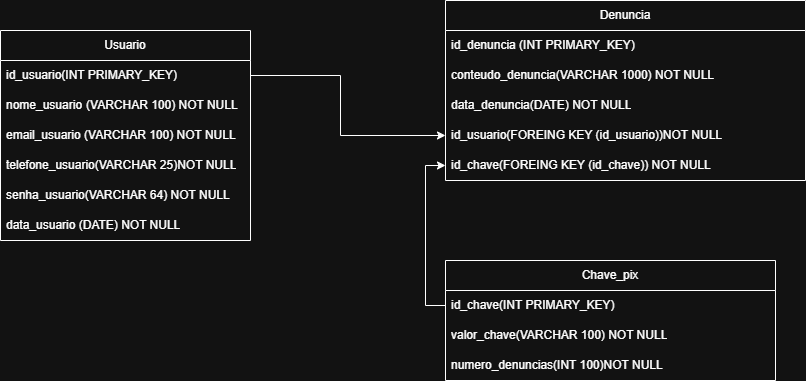
Above: Docs/Diagramas/DiagramaDataBase.png in leonarddoamaral/PixShield_Docs_Central (draw.io), before the change. Source tidied: cells renumbered, new cells last; positions are measured from the earlier drawing's top-left corner, leaving out a move shared by most shapes. The source it was exported from:
```xml
<mxGraphModel>
  <root>
    <mxCell id="0" />
    <mxCell id="1" parent="0" />
    <mxCell id="2" value="Usuario" style="swimlane;fontStyle=0;horizontal=1;startSize=30;whiteSpace=wrap;html=1;" parent="1" vertex="1">
      <mxGeometry y="30" width="250" height="210" as="geometry" />
    </mxCell>
    <mxCell id="3" value="id_usuario(INT PRIMARY_KEY)" style="text;strokeColor=none;fillColor=none;align=left;verticalAlign=middle;spacingLeft=4;spacingRight=4;overflow=hidden;points=[[0,0.5],[1,0.5]];portConstraint=eastwest;whiteSpace=wrap;html=1;" parent="2" vertex="1">
      <mxGeometry y="30" width="250" height="30" as="geometry" />
    </mxCell>
    <mxCell id="4" value="nome_usuario&lt;span style=&quot;white-space: pre;&quot;&gt;&#9;&lt;/span&gt;(VARCHAR 100) NOT NULL" style="text;strokeColor=none;fillColor=none;align=left;verticalAlign=middle;spacingLeft=4;spacingRight=4;overflow=hidden;whiteSpace=wrap;html=1;" parent="2" vertex="1">
      <mxGeometry y="60" width="250" height="30" as="geometry" />
    </mxCell>
    <mxCell id="5" value="email_usuario (VARCHAR 100) NOT NULL" style="text;strokeColor=none;fillColor=none;align=left;verticalAlign=middle;spacingLeft=4;spacingRight=4;overflow=hidden;whiteSpace=wrap;html=1;" parent="2" vertex="1">
      <mxGeometry y="90" width="250" height="30" as="geometry" />
    </mxCell>
    <mxCell id="6" value="telefone_usuario(VARCHAR 25)NOT NULL" style="text;strokeColor=none;fillColor=none;align=left;verticalAlign=middle;spacingLeft=4;spacingRight=4;overflow=hidden;whiteSpace=wrap;html=1;" parent="2" vertex="1">
      <mxGeometry y="120" width="250" height="30" as="geometry" />
    </mxCell>
    <mxCell id="7" value="senha_usuario(VARCHAR 64) NOT NULL" style="text;strokeColor=none;fillColor=none;align=left;verticalAlign=middle;spacingLeft=4;spacingRight=4;overflow=hidden;whiteSpace=wrap;html=1;" parent="2" vertex="1">
      <mxGeometry y="150" width="250" height="30" as="geometry" />
    </mxCell>
    <mxCell id="8" value="data_usuario (DATE) NOT NULL" style="text;strokeColor=none;fillColor=none;align=left;verticalAlign=middle;spacingLeft=4;spacingRight=4;overflow=hidden;whiteSpace=wrap;html=1;" parent="2" vertex="1">
      <mxGeometry y="180" width="250" height="30" as="geometry" />
    </mxCell>
    <mxCell id="9" value="Denuncia" style="swimlane;fontStyle=0;horizontal=1;startSize=30;whiteSpace=wrap;html=1;" parent="1" vertex="1">
      <mxGeometry x="445" width="360" height="180" as="geometry" />
    </mxCell>
    <mxCell id="10" value="id_denuncia (INT PRIMARY_KEY)" style="text;strokeColor=none;fillColor=none;align=left;verticalAlign=middle;spacingLeft=4;spacingRight=4;overflow=hidden;whiteSpace=wrap;html=1;" parent="9" vertex="1">
      <mxGeometry y="30" width="360" height="30" as="geometry" />
    </mxCell>
    <mxCell id="11" value="conteudo_denuncia(VARCHAR 1000) NOT NULL" style="text;strokeColor=none;fillColor=none;align=left;verticalAlign=middle;spacingLeft=4;spacingRight=4;overflow=hidden;whiteSpace=wrap;html=1;" parent="9" vertex="1">
      <mxGeometry y="60" width="360" height="30" as="geometry" />
    </mxCell>
    <mxCell id="12" value="data_denuncia(DATE) NOT NULL" style="text;strokeColor=none;fillColor=none;align=left;verticalAlign=middle;spacingLeft=4;spacingRight=4;overflow=hidden;whiteSpace=wrap;html=1;" parent="9" vertex="1">
      <mxGeometry y="90" width="360" height="30" as="geometry" />
    </mxCell>
    <mxCell id="13" value="id_usuario(FOREING KEY (id_usuario))NOT NULL&lt;span style=&quot;white-space: pre;&quot;&gt;&#9;&lt;/span&gt;" style="text;strokeColor=none;fillColor=none;align=left;verticalAlign=middle;spacingLeft=4;spacingRight=4;overflow=hidden;points=[[0,0.5],[1,0.5]];portConstraint=eastwest;whiteSpace=wrap;html=1;" parent="9" vertex="1">
      <mxGeometry y="120" width="360" height="30" as="geometry" />
    </mxCell>
    <mxCell id="14" value="id_chave(FOREING KEY (id_chave)) NOT NULL" style="text;strokeColor=none;fillColor=none;align=left;verticalAlign=middle;spacingLeft=4;spacingRight=4;overflow=hidden;points=[[0,0.5],[1,0.5]];portConstraint=eastwest;whiteSpace=wrap;html=1;" parent="9" vertex="1">
      <mxGeometry y="150" width="360" height="30" as="geometry" />
    </mxCell>
    <mxCell id="15" style="edgeStyle=orthogonalEdgeStyle;rounded=0;jettySize=auto;html=1;exitX=1;exitY=0.5;exitDx=0;exitDy=0;entryX=0;entryY=0.5;entryDx=0;entryDy=0;" parent="1" edge="1" source="3" target="13">
      <mxGeometry relative="1" as="geometry">
        <Array as="points">
          <mxPoint x="340" y="75" />
          <mxPoint x="340" y="135" />
        </Array>
      </mxGeometry>
    </mxCell>
    <mxCell id="16" value="Chave_pix" style="swimlane;fontStyle=0;horizontal=1;startSize=30;whiteSpace=wrap;html=1;" parent="1" vertex="1">
      <mxGeometry x="445" y="260" width="330" height="120" as="geometry" />
    </mxCell>
    <mxCell id="17" value="id_chave(INT PRIMARY_KEY)" style="text;strokeColor=none;fillColor=none;align=left;verticalAlign=middle;spacingLeft=4;spacingRight=4;overflow=hidden;points=[[0,0.5],[1,0.5]];portConstraint=eastwest;whiteSpace=wrap;html=1;" parent="16" vertex="1">
      <mxGeometry y="30" width="330" height="30" as="geometry" />
    </mxCell>
    <mxCell id="18" value="valor_chave(VARCHAR 100) NOT NULL" style="text;strokeColor=none;fillColor=none;align=left;verticalAlign=middle;spacingLeft=4;spacingRight=4;overflow=hidden;whiteSpace=wrap;html=1;" parent="16" vertex="1">
      <mxGeometry y="60" width="330" height="30" as="geometry" />
    </mxCell>
    <mxCell id="19" value="numero_denuncias(INT 100)NOT NULL" style="text;strokeColor=none;fillColor=none;align=left;verticalAlign=middle;spacingLeft=4;spacingRight=4;overflow=hidden;whiteSpace=wrap;html=1;" parent="16" vertex="1">
      <mxGeometry y="90" width="330" height="30" as="geometry" />
    </mxCell>
    <mxCell id="20" style="edgeStyle=orthogonalEdgeStyle;rounded=0;jettySize=auto;html=1;exitX=0;exitY=0.5;exitDx=0;exitDy=0;" parent="1" edge="1" source="17" target="14">
      <mxGeometry relative="1" as="geometry" />
    </mxCell>
  </root>
</mxGraphModel>
```
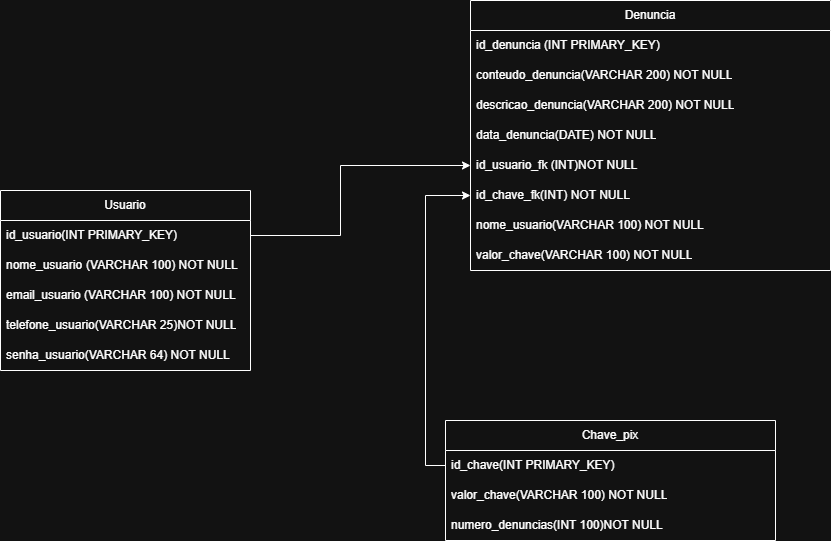
After the commit.

Commit message:
Alteração diagrama e pré-estrutura do readme completo

What changed in the source:
```diff
@@ -3,7 +3,7 @@
     <mxCell id="0" />
     <mxCell id="1" parent="0" />
     <mxCell id="2" value="Usuario" style="swimlane;fontStyle=0;horizontal=1;startSize=30;whiteSpace=wrap;html=1;" parent="1" vertex="1">
-      <mxGeometry y="30" width="250" height="210" as="geometry" />
+      <mxGeometry y="30" width="250" height="180" as="geometry" />
     </mxCell>
     <mxCell id="3" value="id_usuario(INT PRIMARY_KEY)" style="text;strokeColor=none;fillColor=none;align=left;verticalAlign=middle;spacingLeft=4;spacingRight=4;overflow=hidden;points=[[0,0.5],[1,0.5]];portConstraint=eastwest;whiteSpace=wrap;html=1;" parent="2" vertex="1">
       <mxGeometry y="30" width="250" height="30" as="geometry" />
@@ -20,32 +20,38 @@
     <mxCell id="7" value="senha_usuario(VARCHAR 64) NOT NULL" style="text;strokeColor=none;fillColor=none;align=left;verticalAlign=middle;spacingLeft=4;spacingRight=4;overflow=hidden;whiteSpace=wrap;html=1;" parent="2" vertex="1">
       <mxGeometry y="150" width="250" height="30" as="geometry" />
     </mxCell>
-    <mxCell id="8" value="data_usuario (DATE) NOT NULL" style="text;strokeColor=none;fillColor=none;align=left;verticalAlign=middle;spacingLeft=4;spacingRight=4;overflow=hidden;whiteSpace=wrap;html=1;" parent="2" vertex="1">
-      <mxGeometry y="180" width="250" height="30" as="geometry" />
-    </mxCell>
     <mxCell id="9" value="Denuncia" style="swimlane;fontStyle=0;horizontal=1;startSize=30;whiteSpace=wrap;html=1;" parent="1" vertex="1">
-      <mxGeometry x="445" width="360" height="180" as="geometry" />
+      <mxGeometry x="470" y="-160" width="360" height="270" as="geometry" />
     </mxCell>
     <mxCell id="10" value="id_denuncia (INT PRIMARY_KEY)" style="text;strokeColor=none;fillColor=none;align=left;verticalAlign=middle;spacingLeft=4;spacingRight=4;overflow=hidden;whiteSpace=wrap;html=1;" parent="9" vertex="1">
       <mxGeometry y="30" width="360" height="30" as="geometry" />
     </mxCell>
-    <mxCell id="11" value="conteudo_denuncia(VARCHAR 1000) NOT NULL" style="text;strokeColor=none;fillColor=none;align=left;verticalAlign=middle;spacingLeft=4;spacingRight=4;overflow=hidden;whiteSpace=wrap;html=1;" parent="9" vertex="1">
+    <mxCell id="11" value="conteudo_denuncia(VARCHAR 200) NOT NULL" style="text;strokeColor=none;fillColor=none;align=left;verticalAlign=middle;spacingLeft=4;spacingRight=4;overflow=hidden;whiteSpace=wrap;html=1;" parent="9" vertex="1">
       <mxGeometry y="60" width="360" height="30" as="geometry" />
     </mxCell>
+    <mxCell id="21" value="descricao_denuncia(VARCHAR 200) NOT NULL" style="text;strokeColor=none;fillColor=none;align=left;verticalAlign=middle;spacingLeft=4;spacingRight=4;overflow=hidden;whiteSpace=wrap;html=1;" parent="9" vertex="1">
+      <mxGeometry y="90" width="360" height="30" as="geometry" />
+    </mxCell>
     <mxCell id="12" value="data_denuncia(DATE) NOT NULL" style="text;strokeColor=none;fillColor=none;align=left;verticalAlign=middle;spacingLeft=4;spacingRight=4;overflow=hidden;whiteSpace=wrap;html=1;" parent="9" vertex="1">
-      <mxGeometry y="90" width="360" height="30" as="geometry" />
+      <mxGeometry y="120" width="360" height="30" as="geometry" />
     </mxCell>
-    <mxCell id="13" value="id_usuario(FOREING KEY (id_usuario))NOT NULL&lt;span style=&quot;white-space: pre;&quot;&gt;&#9;&lt;/span&gt;" style="text;strokeColor=none;fillColor=none;align=left;verticalAlign=middle;spacingLeft=4;spacingRight=4;overflow=hidden;points=[[0,0.5],[1,0.5]];portConstraint=eastwest;whiteSpace=wrap;html=1;" parent="9" vertex="1">
-      <mxGeometry y="120" width="360" height="30" as="geometry" />
+    <mxCell id="13" value="id_usuario_fk (INT)NOT NULL&lt;span style=&quot;white-space: pre;&quot;&gt;&#9;&lt;/span&gt;" style="text;strokeColor=none;fillColor=none;align=left;verticalAlign=middle;spacingLeft=4;spacingRight=4;overflow=hidden;points=[[0,0.5],[1,0.5]];portConstraint=eastwest;whiteSpace=wrap;html=1;" parent="9" vertex="1">
+      <mxGeometry y="150" width="360" height="30" as="geometry" />
     </mxCell>
-    <mxCell id="14" value="id_chave(FOREING KEY (id_chave)) NOT NULL" style="text;strokeColor=none;fillColor=none;align=left;verticalAlign=middle;spacingLeft=4;spacingRight=4;overflow=hidden;points=[[0,0.5],[1,0.5]];portConstraint=eastwest;whiteSpace=wrap;html=1;" parent="9" vertex="1">
-      <mxGeometry y="150" width="360" height="30" as="geometry" />
+    <mxCell id="14" value="id_chave_fk(INT) NOT NULL" style="text;strokeColor=none;fillColor=none;align=left;verticalAlign=middle;spacingLeft=4;spacingRight=4;overflow=hidden;points=[[0,0.5],[1,0.5]];portConstraint=eastwest;whiteSpace=wrap;html=1;" parent="9" vertex="1">
+      <mxGeometry y="180" width="360" height="30" as="geometry" />
     </mxCell>
+    <mxCell id="22" value="nome_usuario(VARCHAR 100) NOT NULL" style="text;strokeColor=none;fillColor=none;align=left;verticalAlign=middle;spacingLeft=4;spacingRight=4;overflow=hidden;whiteSpace=wrap;html=1;" parent="9" vertex="1">
+      <mxGeometry y="210" width="360" height="30" as="geometry" />
+    </mxCell>
+    <mxCell id="23" value="valor_chave(VARCHAR 100) NOT NULL" style="text;strokeColor=none;fillColor=none;align=left;verticalAlign=middle;spacingLeft=4;spacingRight=4;overflow=hidden;whiteSpace=wrap;html=1;" parent="9" vertex="1">
+      <mxGeometry y="240" width="360" height="30" as="geometry" />
+    </mxCell>
     <mxCell id="15" style="edgeStyle=orthogonalEdgeStyle;rounded=0;jettySize=auto;html=1;exitX=1;exitY=0.5;exitDx=0;exitDy=0;entryX=0;entryY=0.5;entryDx=0;entryDy=0;" parent="1" edge="1" source="3" target="13">
       <mxGeometry relative="1" as="geometry">
         <Array as="points">
           <mxPoint x="340" y="75" />
-          <mxPoint x="340" y="135" />
+          <mxPoint x="340" y="5" />
         </Array>
       </mxGeometry>
     </mxCell>
```
